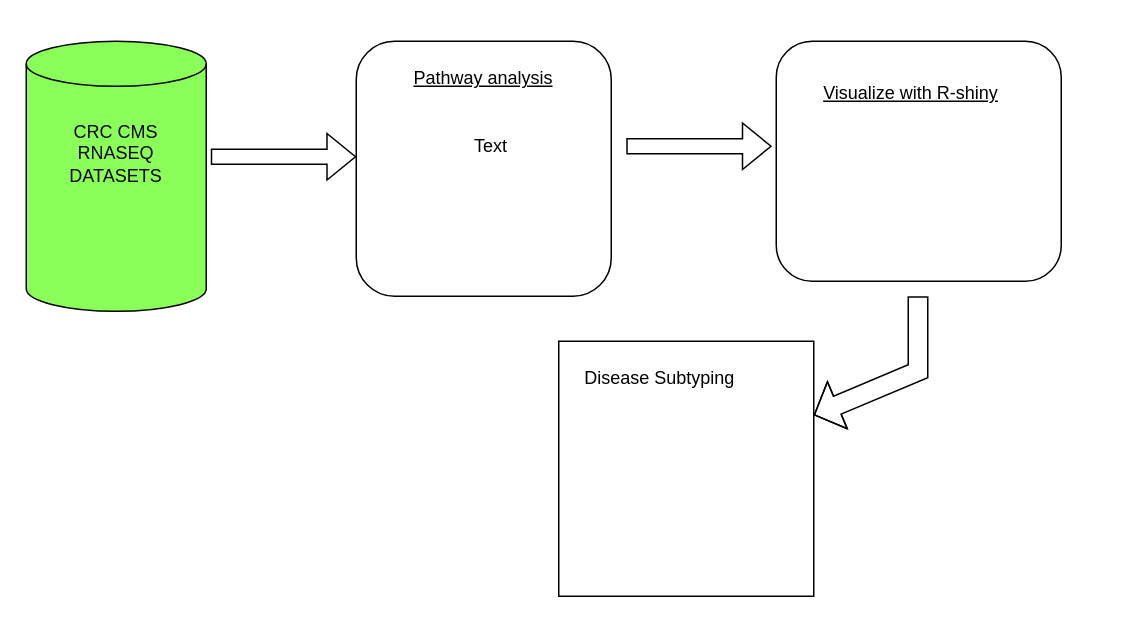
The draw.io diagram Untitled Diagram.drawio in collaborativebioinformatics/Disease_subsetting, before the edit. Source tidied: cells renumbered, new cells numbered last; positions are measured from the earlier drawing's top-left corner, leaving out a move shared by most shapes. Both pictures are drawn from the tidied source at 150%, with x=0, y=0 at pixel (26, 40).
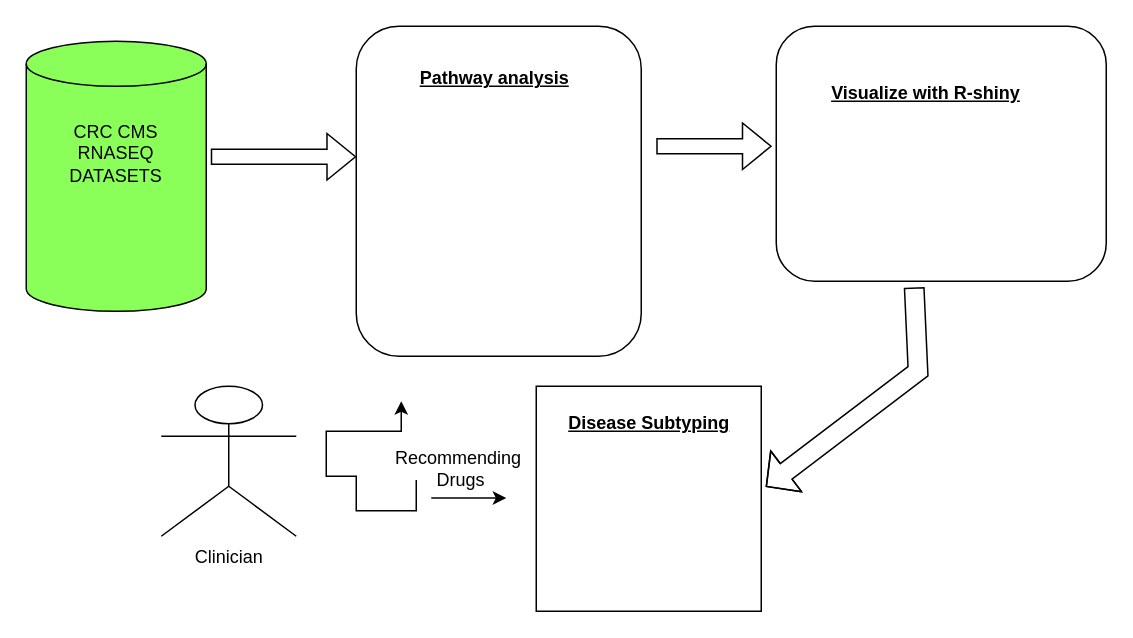
Above is the later version.

Unchanged cells that the change refers to:
```xml
<mxCell id="2" style="shape=cylinder3;whiteSpace=wrap;html=1;boundedLbl=1;backgroundOutline=1;size=15;fillColor=#8BFF59;" parent="1" vertex="1">
  <mxGeometry width="120" height="180" as="geometry" />
</mxCell>
```

What changed in the source:
```diff
@@
-    <mxCell id="4" style="shape=flexArrow;endArrow=classic;html=1;rounded=0;exitX=1.025;exitY=0.428;exitDx=0;exitDy=0;exitPerimeter=0;" parent="1" edge="1" source="2">
+    <mxCell id="4" style="shape=flexArrow;endArrow=classic;html=1;rounded=0;exitX=1.025;exitY=0.428;exitDx=0;exitDy=0;exitPerimeter=0;fontColor=#80FF00;labelBackgroundColor=#33FF33;" parent="1" edge="1" source="2">
       <mxGeometry relative="1" as="geometry">
         <mxPoint x="220" y="77" as="targetPoint" />
       </mxGeometry>
     </mxCell>
-    <mxCell id="5" style="rounded=1;whiteSpace=wrap;html=1;" parent="1" vertex="1">
-      <mxGeometry x="220" width="170" height="170" as="geometry" />
+    <mxCell id="5" style="rounded=1;whiteSpace=wrap;html=1;fontColor=#000000;" parent="1" vertex="1">
+      <mxGeometry x="220" y="-10" width="190" height="220" as="geometry" />
     </mxCell>
-    <mxCell id="6" value="Pathway analysis" style="text;html=1;strokeColor=none;fillColor=none;align=center;verticalAlign=middle;whiteSpace=wrap;rounded=0;fontStyle=4;" parent="1" vertex="1">
-      <mxGeometry x="255" y="10" width="100" height="30" as="geometry" />
+    <mxCell id="6" value="Pathway analysis" style="text;html=1;strokeColor=none;fillColor=none;align=center;verticalAlign=middle;whiteSpace=wrap;rounded=0;fontStyle=5;" parent="1" vertex="1">
+      <mxGeometry x="255" y="10" width="115" height="30" as="geometry" />
     </mxCell>
-    <mxCell id="7" style="shape=flexArrow;endArrow=classic;html=1;rounded=0;exitX=1.025;exitY=0.428;exitDx=0;exitDy=0;exitPerimeter=0;" parent="1" edge="1">
+    <mxCell id="7" style="shape=flexArrow;endArrow=classic;html=1;rounded=0;" parent="1" edge="1">
       <mxGeometry relative="1" as="geometry">
-        <mxPoint x="400" y="70" as="sourcePoint" />
+        <mxPoint x="420" y="70" as="sourcePoint" />
         <mxPoint x="497" y="70" as="targetPoint" />
       </mxGeometry>
     </mxCell>
     <mxCell id="8" style="rounded=1;whiteSpace=wrap;html=1;" parent="1" vertex="1">
-      <mxGeometry x="500" width="190" height="160" as="geometry" />
+      <mxGeometry x="500" y="-10" width="220" height="170" as="geometry" />
     </mxCell>
-    <mxCell id="9" value="Visualize with R-shiny" style="text;html=1;strokeColor=none;fillColor=none;align=center;verticalAlign=middle;whiteSpace=wrap;rounded=0;fontStyle=4;" parent="1" vertex="1">
-      <mxGeometry x="530" y="20" width="120" height="30" as="geometry" />
+    <mxCell id="9" value="Visualize with R-shiny" style="text;html=1;strokeColor=none;fillColor=none;align=center;verticalAlign=middle;whiteSpace=wrap;rounded=0;fontStyle=5;" parent="1" vertex="1">
+      <mxGeometry x="530" y="20" width="140" height="30" as="geometry" />
     </mxCell>
-    <mxCell id="10" style="shape=flexArrow;endArrow=classic;html=1;rounded=0;width=13;endSize=5.19;" parent="1" edge="1" target="11">
+    <mxCell id="10" style="shape=flexArrow;endArrow=classic;html=1;rounded=0;width=13;endSize=5.19;entryX=1.02;entryY=0.447;entryDx=0;entryDy=0;entryPerimeter=0;exitX=0.418;exitY=1.024;exitDx=0;exitDy=0;exitPerimeter=0;" parent="1" edge="1" source="8" target="11">
       <mxGeometry relative="1" as="geometry">
-        <mxPoint x="594.5" y="170" as="sourcePoint" />
         <Array as="points">
           <mxPoint x="594.5" y="220" />
         </Array>
       </mxGeometry>
     </mxCell>
     <mxCell id="11" style="whiteSpace=wrap;html=1;" parent="1" vertex="1">
-      <mxGeometry x="355" y="200" width="170" height="170" as="geometry" />
+      <mxGeometry x="340" y="230" width="150" height="150" as="geometry" />
     </mxCell>
-    <mxCell id="12" value="Disease Subtyping" style="text;html=1;strokeColor=none;fillColor=none;align=center;verticalAlign=middle;whiteSpace=wrap;rounded=0;" parent="1" vertex="1">
-      <mxGeometry x="365" y="210" width="115" height="30" as="geometry" />
+    <mxCell id="12" value="Disease Subtyping" style="text;html=1;strokeColor=none;fillColor=none;align=center;verticalAlign=middle;whiteSpace=wrap;rounded=0;fontStyle=5;" parent="1" vertex="1">
+      <mxGeometry x="357.5" y="240" width="115" height="30" as="geometry" />
     </mxCell>
-    <mxCell id="13" value="Text" style="text;html=1;strokeColor=none;fillColor=none;align=center;verticalAlign=middle;whiteSpace=wrap;rounded=0;" parent="1" vertex="1">
-      <mxGeometry x="230" y="40" width="160" height="60" as="geometry" />
-    </mxCell>
+    <mxCell id="14" value="Clinician" style="shape=umlActor;verticalLabelPosition=bottom;verticalAlign=top;html=1;" parent="1" vertex="1">
+      <mxGeometry x="90" y="230" width="90" height="100" as="geometry" />
+    </mxCell>
+    <mxCell id="15" style="endArrow=classic;html=1;rounded=0;" parent="1" edge="1">
+      <mxGeometry relative="1" as="geometry">
+        <mxPoint x="270" y="304.5" as="sourcePoint" />
+        <mxPoint x="320" y="304.5" as="targetPoint" />
+      </mxGeometry>
+    </mxCell>
+    <mxCell id="16" style="edgeStyle=orthogonalEdgeStyle;rounded=0;jettySize=auto;html=1;exitX=0;exitY=0.75;exitDx=0;exitDy=0;labelBackgroundColor=#33FF33;fontColor=#80FF00;" parent="1" edge="1" source="17">
+      <mxGeometry relative="1" as="geometry">
+        <mxPoint x="250" y="240" as="targetPoint" />
+        <Array as="points">
+          <mxPoint x="220" y="313" />
+          <mxPoint x="220" y="290" />
+          <mxPoint x="200" y="290" />
+          <mxPoint x="200" y="260" />
+          <mxPoint x="250" y="260" />
+        </Array>
+      </mxGeometry>
+    </mxCell>
+    <mxCell id="17" value="Recommending&amp;nbsp;&lt;br&gt;Drugs" style="text;html=1;strokeColor=none;fillColor=none;align=center;verticalAlign=middle;whiteSpace=wrap;rounded=0;" parent="1" vertex="1">
+      <mxGeometry x="260" y="270" width="60" height="30" as="geometry" />
+    </mxCell>
```
